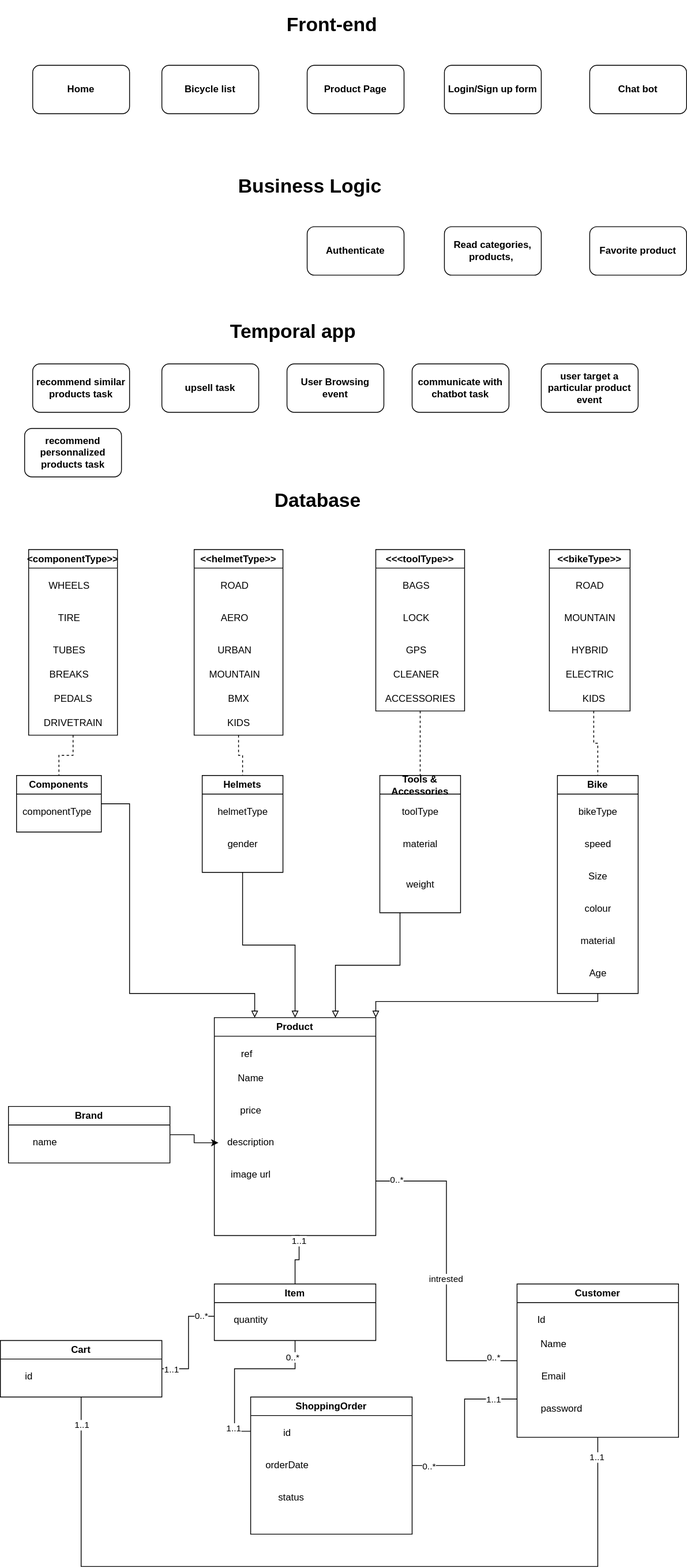
Before: src/main/resources/static/ProjectComponent.drawio.svg, a diagram exported from draw.io (MohamedGrari/Customer-Journey-CXM-Tool). Source tidied: cells renumbered, new cells last; positions are measured from the earlier drawing's top-left corner, leaving out a move shared by most shapes.
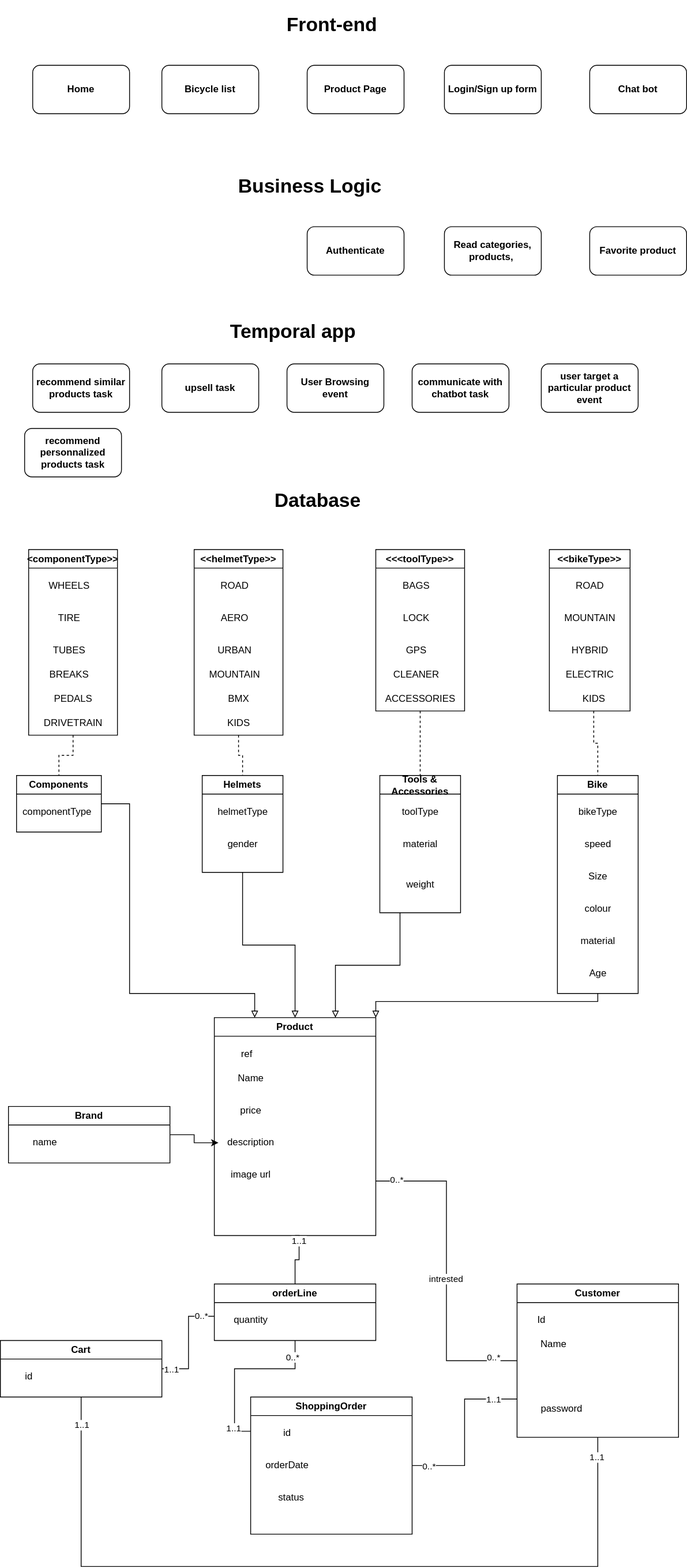
Later version of the same file.

What changed in the source:
```diff
@@ -44,9 +44,6 @@
     <mxCell id="15" value="Id" style="text;html=1;align=center;verticalAlign=middle;strokeColor=none;fillColor=none;" parent="13" vertex="1">
       <mxGeometry x="15" y="30" width="30" height="30" as="geometry" />
     </mxCell>
-    <mxCell id="16" value="Email" style="text;html=1;align=center;verticalAlign=middle;strokeColor=none;fillColor=none;" parent="13" vertex="1">
-      <mxGeometry x="20" y="100" width="50" height="30" as="geometry" />
-    </mxCell>
     <mxCell id="17" value="password" style="text;html=1;align=center;verticalAlign=middle;strokeColor=none;fillColor=none;" parent="13" vertex="1">
       <mxGeometry x="20" y="140" width="70" height="30" as="geometry" />
     </mxCell>
@@ -167,7 +164,7 @@
         <mxPoint y="-14" as="offset" />
       </mxGeometry>
     </mxCell>
-    <mxCell id="49" value="Item" style="swimlane;whiteSpace=wrap;html=1;startSize=23;" parent="1" vertex="1">
+    <mxCell id="49" value="orderLine" style="swimlane;whiteSpace=wrap;html=1;startSize=23;" parent="1" vertex="1">
       <mxGeometry x="265" y="1580" width="200" height="70" as="geometry" />
     </mxCell>
     <mxCell id="50" value="quantity" style="text;html=1;align=center;verticalAlign=middle;strokeColor=none;fillColor=none;" parent="49" vertex="1">
```
